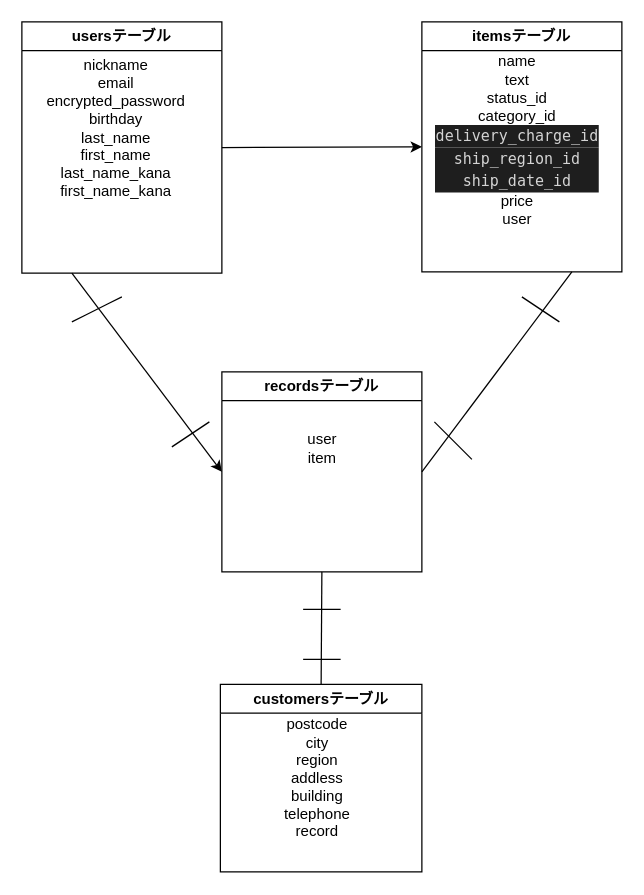
Before: furima.dio in yk031000/furima-38576, a draw.io diagram. Source tidied: cells renumbered, new cells numbered last; positions are measured from the earlier drawing's top-left corner, leaving out a move shared by most shapes. Both pictures are drawn from the tidied source at 125%, with x=0, y=0 at pixel (21, 21).
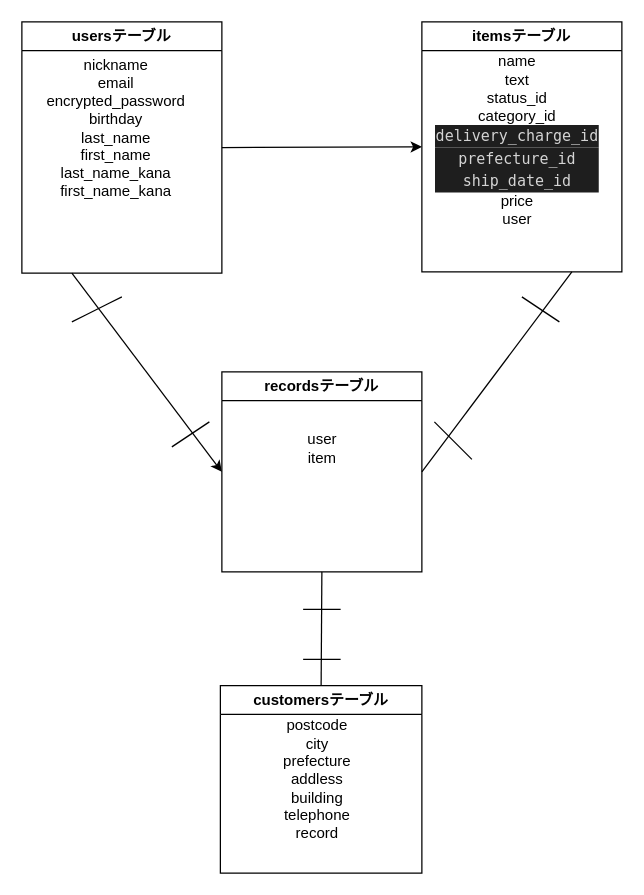
Above is the later version.

Commit message (it also covers changes not shown here):
データベース設計作成

The change refers to these unchanged cells:
```xml
<mxCell id="6" value="itemsテーブル" style="swimlane;whiteSpace=wrap;html=1;" parent="1" vertex="1">
  <mxGeometry x="320" width="160" height="200" as="geometry" />
</mxCell>
```

What changed in the source:
```diff
@@
-    <mxCell id="7" value="name&lt;br&gt;text&lt;br&gt;status_id&lt;br&gt;category_id&lt;br&gt;&lt;div style=&quot;color: rgb(212, 212, 212); background-color: rgb(30, 30, 30); font-family: Menlo, Monaco, &amp;quot;Courier New&amp;quot;, monospace; line-height: 18px;&quot;&gt;delivery_charge_id&lt;/div&gt;&lt;div style=&quot;color: rgb(212, 212, 212); background-color: rgb(30, 30, 30); font-family: Menlo, Monaco, &amp;quot;Courier New&amp;quot;, monospace; line-height: 18px;&quot;&gt;&lt;div style=&quot;line-height: 18px;&quot;&gt;ship_region_id&lt;/div&gt;&lt;div style=&quot;line-height: 18px;&quot;&gt;&lt;div style=&quot;line-height: 18px;&quot;&gt;ship_date_id&lt;/div&gt;&lt;/div&gt;&lt;/div&gt;price&lt;br&gt;user" style="text;html=1;align=center;verticalAlign=middle;strokeColor=none;fillColor=none;" parent="6" vertex="1">
+    <mxCell id="7" value="name&lt;br&gt;text&lt;br&gt;status_id&lt;br&gt;category_id&lt;br&gt;&lt;div style=&quot;color: rgb(212, 212, 212); background-color: rgb(30, 30, 30); font-family: Menlo, Monaco, &amp;quot;Courier New&amp;quot;, monospace; line-height: 18px;&quot;&gt;delivery_charge_id&lt;/div&gt;&lt;div style=&quot;color: rgb(212, 212, 212); background-color: rgb(30, 30, 30); font-family: Menlo, Monaco, &amp;quot;Courier New&amp;quot;, monospace; line-height: 18px;&quot;&gt;&lt;div style=&quot;line-height: 18px;&quot;&gt;prefecture_id&lt;/div&gt;&lt;div style=&quot;line-height: 18px;&quot;&gt;&lt;div style=&quot;line-height: 18px;&quot;&gt;ship_date_id&lt;/div&gt;&lt;/div&gt;&lt;/div&gt;price&lt;br&gt;user" style="text;html=1;align=center;verticalAlign=middle;strokeColor=none;fillColor=none;" parent="6" vertex="1">
       <mxGeometry x="1" y="20" width="150" height="150" as="geometry" />
     </mxCell>
@@
     <mxCell id="11" value="customersテーブル" style="swimlane;whiteSpace=wrap;html=1;startSize=23;" parent="1" vertex="1">
-      <mxGeometry x="158.8" y="530" width="161.2" height="150" as="geometry" />
+      <mxGeometry x="158.8" y="531" width="161.2" height="150" as="geometry" />
     </mxCell>
-    <mxCell id="12" value="postcode&lt;br&gt;city&lt;br&gt;region&lt;br&gt;addless&lt;br&gt;building&lt;br&gt;telephone&lt;br&gt;&lt;span style=&quot;background-color: initial;&quot;&gt;record&lt;/span&gt;" style="text;html=1;align=center;verticalAlign=middle;strokeColor=none;fillColor=none;" parent="11" vertex="1">
+    <mxCell id="12" value="postcode&lt;br&gt;city&lt;br&gt;prefecture&lt;br&gt;addless&lt;br&gt;building&lt;br&gt;telephone&lt;br&gt;&lt;span style=&quot;background-color: initial;&quot;&gt;record&lt;/span&gt;" style="text;html=1;align=center;verticalAlign=middle;strokeColor=none;fillColor=none;" parent="11" vertex="1">
       <mxGeometry x="37.5" y="20" width="80" height="110" as="geometry" />
     </mxCell>
```
